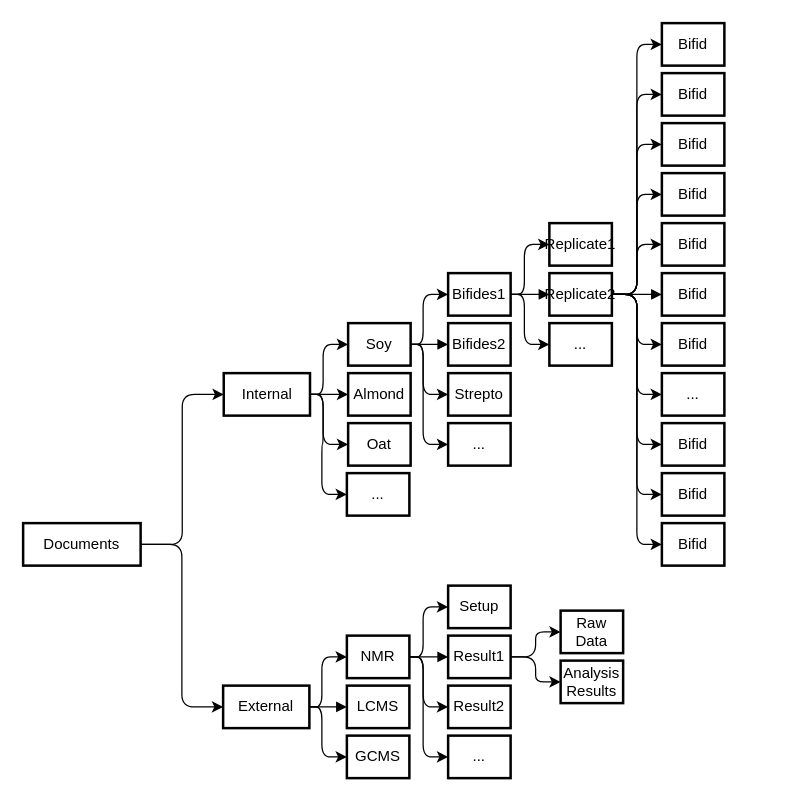
Above: Diagramme sans nom.drawio in Yoseko/first_streamlit_app (draw.io), before the change. Source tidied: cells renumbered, new cells numbered last; positions are measured from the earlier drawing's top-left corner, leaving out a move shared by most shapes. Both pictures are drawn from the tidied source at 125%, with x=0, y=0 at pixel (22, 22).
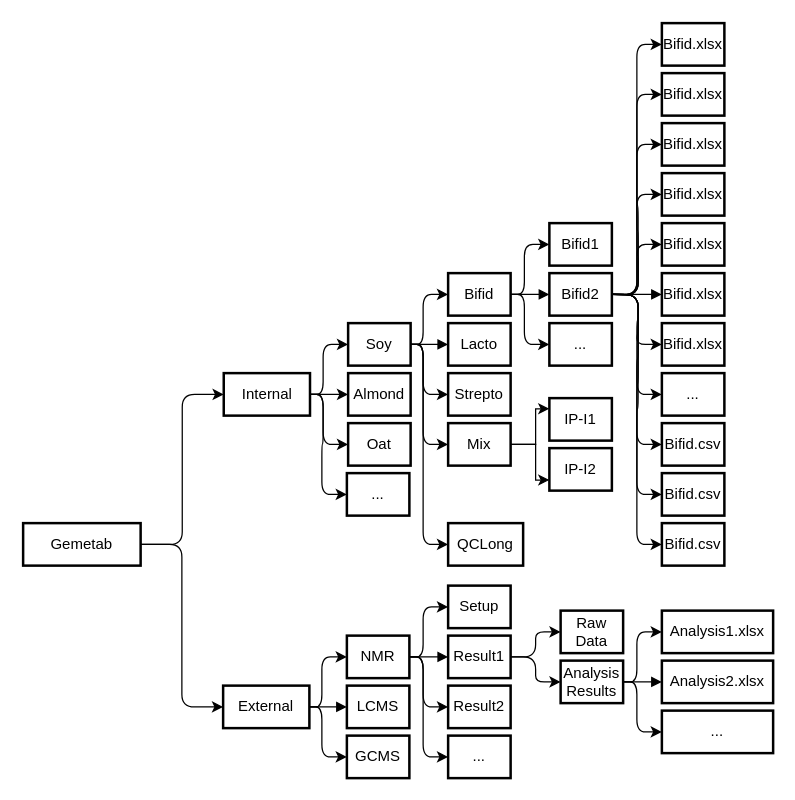
After the change.

Unchanged cells that the change refers to:
```xml
<mxCell id="15" value="Soy" style="whiteSpace=wrap;strokeWidth=2;" parent="1" vertex="1">
  <mxGeometry x="260" y="240" width="50" height="34" as="geometry" />
</mxCell>
<mxCell id="48" value="..." style="whiteSpace=wrap;strokeWidth=2;" parent="1" vertex="1">
  <mxGeometry x="511" y="280" width="50" height="34" as="geometry" />
</mxCell>
<mxCell id="69" value="..." style="whiteSpace=wrap;strokeWidth=2;" parent="1" vertex="1">
  <mxGeometry x="421" y="240" width="50" height="34" as="geometry" />
</mxCell>
```

Diff of the diagram source:
```diff
@@
-    <mxCell id="3" value="Documents" style="whiteSpace=wrap;strokeWidth=2;" parent="1" vertex="1">
+    <mxCell id="3" value="Gemetab" style="whiteSpace=wrap;strokeWidth=2;" parent="1" vertex="1">
       <mxGeometry y="400" width="94" height="34" as="geometry" />
     </mxCell>
@@
+    <mxCell id="70" style="edgeStyle=orthogonalEdgeStyle;rounded=1;jettySize=auto;html=1;exitX=1;exitY=0.5;exitDx=0;exitDy=0;entryX=0;entryY=0.5;entryDx=0;entryDy=0;curved=0;" parent="1" edge="1" source="15" target="86">
+      <mxGeometry relative="1" as="geometry">
+        <Array as="points">
+          <mxPoint x="320" y="257" />
+          <mxPoint x="320" y="417" />
+        </Array>
+      </mxGeometry>
+    </mxCell>
@@
-    <mxCell id="28" value="Bifides1" style="whiteSpace=wrap;strokeWidth=2;" parent="1" vertex="1">
+    <mxCell id="28" value="Bifid" style="whiteSpace=wrap;strokeWidth=2;" parent="1" vertex="1">
       <mxGeometry x="340" y="200" width="50" height="34" as="geometry" />
     </mxCell>
-    <mxCell id="29" value="Bifides2" style="whiteSpace=wrap;strokeWidth=2;" parent="1" vertex="1">
+    <mxCell id="29" value="Lacto" style="whiteSpace=wrap;strokeWidth=2;" parent="1" vertex="1">
       <mxGeometry x="340" y="240" width="50" height="34" as="geometry" />
     </mxCell>
@@
+    <mxCell id="71" style="edgeStyle=orthogonalEdgeStyle;rounded=0;jettySize=auto;html=1;exitX=1;exitY=0.5;exitDx=0;exitDy=0;entryX=0;entryY=0.25;entryDx=0;entryDy=0;" parent="1" edge="1" source="40" target="84">
+      <mxGeometry relative="1" as="geometry" />
+    </mxCell>
+    <mxCell id="72" style="edgeStyle=orthogonalEdgeStyle;rounded=0;jettySize=auto;html=1;exitX=1;exitY=0.5;exitDx=0;exitDy=0;entryX=0;entryY=0.75;entryDx=0;entryDy=0;" parent="1" edge="1" source="40" target="85">
+      <mxGeometry relative="1" as="geometry" />
+    </mxCell>
-    <mxCell id="40" value="..." style="whiteSpace=wrap;strokeWidth=2;" parent="1" vertex="1">
+    <mxCell id="40" value="Mix" style="whiteSpace=wrap;strokeWidth=2;" parent="1" vertex="1">
       <mxGeometry x="340" y="320" width="50" height="34" as="geometry" />
     </mxCell>
@@
-    <mxCell id="44" value="Bifid" style="whiteSpace=wrap;strokeWidth=2;" parent="1" vertex="1">
+    <mxCell id="44" value="Bifid.xlsx" style="whiteSpace=wrap;strokeWidth=2;" parent="1" vertex="1">
       <mxGeometry x="511" y="160" width="50" height="34" as="geometry" />
     </mxCell>
-    <mxCell id="45" value="Bifid" style="whiteSpace=wrap;strokeWidth=2;" parent="1" vertex="1">
+    <mxCell id="45" value="Bifid.xlsx" style="whiteSpace=wrap;strokeWidth=2;" parent="1" vertex="1">
       <mxGeometry x="511" y="200" width="50" height="34" as="geometry" />
     </mxCell>
@@
-    <mxCell id="47" value="Bifid" style="whiteSpace=wrap;strokeWidth=2;" parent="1" vertex="1">
+    <mxCell id="47" value="Bifid.xlsx" style="whiteSpace=wrap;strokeWidth=2;" parent="1" vertex="1">
       <mxGeometry x="511" y="240" width="50" height="34" as="geometry" />
     </mxCell>
@@
-    <mxCell id="49" value="Bifid" style="whiteSpace=wrap;strokeWidth=2;" parent="1" vertex="1">
+    <mxCell id="49" value="Bifid.xlsx" style="whiteSpace=wrap;strokeWidth=2;" parent="1" vertex="1">
       <mxGeometry x="511" y="40" width="50" height="34" as="geometry" />
     </mxCell>
-    <mxCell id="50" value="Bifid" style="whiteSpace=wrap;strokeWidth=2;" parent="1" vertex="1">
+    <mxCell id="50" value="Bifid.xlsx" style="whiteSpace=wrap;strokeWidth=2;" parent="1" vertex="1">
       <mxGeometry x="511" y="80" width="50" height="34" as="geometry" />
     </mxCell>
-    <mxCell id="51" value="Bifid" style="whiteSpace=wrap;strokeWidth=2;" parent="1" vertex="1">
+    <mxCell id="51" value="Bifid.xlsx" style="whiteSpace=wrap;strokeWidth=2;" parent="1" vertex="1">
       <mxGeometry x="511" y="120" width="50" height="34" as="geometry" />
     </mxCell>
-    <mxCell id="52" value="Bifid" style="whiteSpace=wrap;strokeWidth=2;" parent="1" vertex="1">
+    <mxCell id="52" value="Bifid.csv" style="whiteSpace=wrap;strokeWidth=2;" parent="1" vertex="1">
       <mxGeometry x="511" y="360" width="50" height="34" as="geometry" />
     </mxCell>
-    <mxCell id="53" value="Bifid" style="whiteSpace=wrap;strokeWidth=2;" parent="1" vertex="1">
+    <mxCell id="53" value="Bifid.csv" style="whiteSpace=wrap;strokeWidth=2;" parent="1" vertex="1">
       <mxGeometry x="511" y="320" width="50" height="34" as="geometry" />
     </mxCell>
-    <mxCell id="54" value="Bifid" style="whiteSpace=wrap;strokeWidth=2;" parent="1" vertex="1">
+    <mxCell id="54" value="Bifid.xlsx" style="whiteSpace=wrap;strokeWidth=2;" parent="1" vertex="1">
       <mxGeometry x="511" width="50" height="34" as="geometry" />
     </mxCell>
-    <mxCell id="55" value="Bifid" style="whiteSpace=wrap;strokeWidth=2;" parent="1" vertex="1">
+    <mxCell id="55" value="Bifid.csv" style="whiteSpace=wrap;strokeWidth=2;" parent="1" vertex="1">
       <mxGeometry x="511" y="400" width="50" height="34" as="geometry" />
     </mxCell>
-    <mxCell id="56" style="edgeStyle=orthogonalEdgeStyle;rounded=1;jettySize=auto;html=1;exitX=1;exitY=0.5;exitDx=0;exitDy=0;entryX=0;entryY=0.5;entryDx=0;entryDy=0;curved=0;" parent="1" edge="1" target="58">
-      <mxGeometry relative="1" as="geometry">
-        <mxPoint x="390" y="217" as="sourcePoint" />
-        <Array as="points">
-          <mxPoint x="401" y="217" />
-          <mxPoint x="401" y="177" />
-        </Array>
-      </mxGeometry>
-    </mxCell>
-    <mxCell id="57" style="edgeStyle=orthogonalEdgeStyle;rounded=1;jettySize=auto;html=1;exitX=1;exitY=0.5;exitDx=0;exitDy=0;entryX=0;entryY=0.5;entryDx=0;entryDy=0;curved=0;" parent="1" edge="1" target="69">
-      <mxGeometry relative="1" as="geometry">
-        <mxPoint x="390" y="217" as="sourcePoint" />
-        <Array as="points">
-          <mxPoint x="401" y="217" />
-          <mxPoint x="401" y="257" />
-        </Array>
-      </mxGeometry>
-    </mxCell>
-    <mxCell id="58" value="Replicate1" style="whiteSpace=wrap;strokeWidth=2;" parent="1" vertex="1">
-      <mxGeometry x="421" y="160" width="50" height="34" as="geometry" />
-    </mxCell>
-    <mxCell id="59" style="edgeStyle=orthogonalEdgeStyle;rounded=1;jettySize=auto;html=1;exitX=1;exitY=0.5;exitDx=0;exitDy=0;entryX=0;entryY=0.5;entryDx=0;entryDy=0;curved=0;" parent="1" edge="1" source="67" target="49">
-      <mxGeometry relative="1" as="geometry" />
+    <mxCell id="59" style="edgeStyle=orthogonalEdgeStyle;rounded=1;jettySize=auto;html=1;exitX=1;exitY=0.5;exitDx=0;exitDy=0;entryX=0;entryY=0.5;entryDx=0;entryDy=0;curved=0;" parent="1" edge="1" target="49">
+      <mxGeometry relative="1" as="geometry">
+        <mxPoint x="471" y="217" as="sourcePoint" />
+      </mxGeometry>
     </mxCell>
-    <mxCell id="60" style="edgeStyle=orthogonalEdgeStyle;rounded=1;jettySize=auto;html=1;exitX=1;exitY=0.5;exitDx=0;exitDy=0;entryX=0;entryY=0.5;entryDx=0;entryDy=0;curved=0;" parent="1" edge="1" source="67" target="50">
-      <mxGeometry relative="1" as="geometry" />
+    <mxCell id="60" style="edgeStyle=orthogonalEdgeStyle;rounded=1;jettySize=auto;html=1;exitX=1;exitY=0.5;exitDx=0;exitDy=0;entryX=0;entryY=0.5;entryDx=0;entryDy=0;curved=0;" parent="1" edge="1" target="50">
+      <mxGeometry relative="1" as="geometry">
+        <mxPoint x="471" y="217" as="sourcePoint" />
+      </mxGeometry>
     </mxCell>
-    <mxCell id="61" style="edgeStyle=orthogonalEdgeStyle;rounded=1;jettySize=auto;html=1;exitX=1;exitY=0.5;exitDx=0;exitDy=0;entryX=0;entryY=0.5;entryDx=0;entryDy=0;curved=0;" parent="1" edge="1" source="67" target="51">
-      <mxGeometry relative="1" as="geometry" />
+    <mxCell id="61" style="edgeStyle=orthogonalEdgeStyle;rounded=1;jettySize=auto;html=1;exitX=1;exitY=0.5;exitDx=0;exitDy=0;entryX=0;entryY=0.5;entryDx=0;entryDy=0;curved=0;" parent="1" edge="1" target="51">
+      <mxGeometry relative="1" as="geometry">
+        <mxPoint x="471" y="217" as="sourcePoint" />
+      </mxGeometry>
     </mxCell>
-    <mxCell id="62" style="edgeStyle=orthogonalEdgeStyle;rounded=1;jettySize=auto;html=1;exitX=1;exitY=0.5;exitDx=0;exitDy=0;entryX=0;entryY=0.5;entryDx=0;entryDy=0;curved=0;" parent="1" edge="1" source="67" target="48">
-      <mxGeometry relative="1" as="geometry" />
+    <mxCell id="62" style="edgeStyle=orthogonalEdgeStyle;rounded=1;jettySize=auto;html=1;exitX=1;exitY=0.5;exitDx=0;exitDy=0;entryX=0;entryY=0.5;entryDx=0;entryDy=0;curved=0;" parent="1" edge="1" target="48">
+      <mxGeometry relative="1" as="geometry">
+        <mxPoint x="471" y="217" as="sourcePoint" />
+      </mxGeometry>
     </mxCell>
-    <mxCell id="63" style="edgeStyle=orthogonalEdgeStyle;rounded=1;jettySize=auto;html=1;exitX=1;exitY=0.5;exitDx=0;exitDy=0;entryX=0;entryY=0.5;entryDx=0;entryDy=0;curved=0;" parent="1" edge="1" source="67" target="53">
-      <mxGeometry relative="1" as="geometry" />
+    <mxCell id="63" style="edgeStyle=orthogonalEdgeStyle;rounded=1;jettySize=auto;html=1;exitX=1;exitY=0.5;exitDx=0;exitDy=0;entryX=0;entryY=0.5;entryDx=0;entryDy=0;curved=0;" parent="1" edge="1" target="53">
+      <mxGeometry relative="1" as="geometry">
+        <mxPoint x="471" y="217" as="sourcePoint" />
+      </mxGeometry>
     </mxCell>
-    <mxCell id="64" style="edgeStyle=orthogonalEdgeStyle;rounded=1;jettySize=auto;html=1;exitX=1;exitY=0.5;exitDx=0;exitDy=0;entryX=0;entryY=0.5;entryDx=0;entryDy=0;curved=0;" parent="1" edge="1" source="67" target="52">
-      <mxGeometry relative="1" as="geometry" />
+    <mxCell id="64" style="edgeStyle=orthogonalEdgeStyle;rounded=1;jettySize=auto;html=1;exitX=1;exitY=0.5;exitDx=0;exitDy=0;entryX=0;entryY=0.5;entryDx=0;entryDy=0;curved=0;" parent="1" edge="1" target="52">
+      <mxGeometry relative="1" as="geometry">
+        <mxPoint x="471" y="217" as="sourcePoint" />
+      </mxGeometry>
     </mxCell>
-    <mxCell id="65" style="edgeStyle=orthogonalEdgeStyle;rounded=1;jettySize=auto;html=1;exitX=1;exitY=0.5;exitDx=0;exitDy=0;entryX=0;entryY=0.5;entryDx=0;entryDy=0;curved=0;" parent="1" edge="1" source="67" target="55">
-      <mxGeometry relative="1" as="geometry" />
+    <mxCell id="65" style="edgeStyle=orthogonalEdgeStyle;rounded=1;jettySize=auto;html=1;exitX=1;exitY=0.5;exitDx=0;exitDy=0;entryX=0;entryY=0.5;entryDx=0;entryDy=0;curved=0;" parent="1" edge="1" target="55">
+      <mxGeometry relative="1" as="geometry">
+        <mxPoint x="471" y="217" as="sourcePoint" />
+      </mxGeometry>
     </mxCell>
-    <mxCell id="66" style="edgeStyle=orthogonalEdgeStyle;rounded=1;jettySize=auto;html=1;exitX=1;exitY=0.5;exitDx=0;exitDy=0;entryX=0;entryY=0.5;entryDx=0;entryDy=0;curved=0;" parent="1" edge="1" source="67" target="47">
-      <mxGeometry relative="1" as="geometry" />
+    <mxCell id="66" style="edgeStyle=orthogonalEdgeStyle;rounded=1;jettySize=auto;html=1;exitX=1;exitY=0.5;exitDx=0;exitDy=0;entryX=0;entryY=0.5;entryDx=0;entryDy=0;curved=0;" parent="1" edge="1" target="47">
+      <mxGeometry relative="1" as="geometry">
+        <mxPoint x="471" y="217" as="sourcePoint" />
+      </mxGeometry>
     </mxCell>
-    <mxCell id="67" value="Replicate2" style="whiteSpace=wrap;strokeWidth=2;" parent="1" vertex="1">
-      <mxGeometry x="421" y="200" width="50" height="34" as="geometry" />
-    </mxCell>
-    <mxCell id="68" style="curved=0;startArrow=none;endArrow=block;entryX=0;entryY=0.5;entryDx=0;entryDy=0;rounded=1;" parent="1" edge="1" target="67">
-      <mxGeometry relative="1" as="geometry">
-        <mxPoint x="391" y="217" as="sourcePoint" />
-      </mxGeometry>
-    </mxCell>
+    <mxCell id="73" style="edgeStyle=orthogonalEdgeStyle;rounded=1;jettySize=auto;html=1;exitX=1;exitY=0.5;exitDx=0;exitDy=0;entryX=0;entryY=0.5;entryDx=0;entryDy=0;curved=0;" parent="1" edge="1" target="75">
+      <mxGeometry relative="1" as="geometry">
+        <mxPoint x="390" y="217" as="sourcePoint" />
+        <Array as="points">
+          <mxPoint x="401" y="217" />
+          <mxPoint x="401" y="177" />
+        </Array>
+      </mxGeometry>
+    </mxCell>
+    <mxCell id="74" style="edgeStyle=orthogonalEdgeStyle;rounded=1;jettySize=auto;html=1;exitX=1;exitY=0.5;exitDx=0;exitDy=0;entryX=0;entryY=0.5;entryDx=0;entryDy=0;curved=0;" parent="1" edge="1" target="69">
+      <mxGeometry relative="1" as="geometry">
+        <mxPoint x="390" y="217" as="sourcePoint" />
+        <Array as="points">
+          <mxPoint x="401" y="217" />
+          <mxPoint x="401" y="257" />
+        </Array>
+      </mxGeometry>
+    </mxCell>
+    <mxCell id="75" value="Bifid1" style="whiteSpace=wrap;strokeWidth=2;" parent="1" vertex="1">
+      <mxGeometry x="421" y="160" width="50" height="34" as="geometry" />
+    </mxCell>
+    <mxCell id="76" value="Bifid2" style="whiteSpace=wrap;strokeWidth=2;" parent="1" vertex="1">
+      <mxGeometry x="421" y="200" width="50" height="34" as="geometry" />
+    </mxCell>
+    <mxCell id="77" style="curved=0;startArrow=none;endArrow=block;entryX=0;entryY=0.5;entryDx=0;entryDy=0;rounded=1;" parent="1" edge="1" target="76">
+      <mxGeometry relative="1" as="geometry">
+        <mxPoint x="391" y="217" as="sourcePoint" />
+      </mxGeometry>
+    </mxCell>
@@
+    <mxCell id="78" style="edgeStyle=orthogonalEdgeStyle;rounded=1;jettySize=auto;html=1;exitX=1;exitY=0.5;exitDx=0;exitDy=0;entryX=0;entryY=0.5;entryDx=0;entryDy=0;curved=0;" parent="1" edge="1" target="80">
+      <mxGeometry relative="1" as="geometry">
+        <mxPoint x="480" y="527" as="sourcePoint" />
+        <Array as="points">
+          <mxPoint x="491" y="527" />
+          <mxPoint x="491" y="487" />
+        </Array>
+      </mxGeometry>
+    </mxCell>
+    <mxCell id="79" style="edgeStyle=orthogonalEdgeStyle;rounded=1;jettySize=auto;html=1;exitX=1;exitY=0.5;exitDx=0;exitDy=0;entryX=0;entryY=0.5;entryDx=0;entryDy=0;curved=0;" parent="1" edge="1" target="83">
+      <mxGeometry relative="1" as="geometry">
+        <mxPoint x="480" y="527" as="sourcePoint" />
+        <Array as="points">
+          <mxPoint x="491" y="527" />
+          <mxPoint x="491" y="567" />
+        </Array>
+      </mxGeometry>
+    </mxCell>
+    <mxCell id="80" value="Analysis1.xlsx" style="whiteSpace=wrap;strokeWidth=2;" parent="1" vertex="1">
+      <mxGeometry x="511" y="470" width="89" height="34" as="geometry" />
+    </mxCell>
+    <mxCell id="81" value="Analysis2.xlsx" style="whiteSpace=wrap;strokeWidth=2;" parent="1" vertex="1">
+      <mxGeometry x="511" y="510" width="89" height="34" as="geometry" />
+    </mxCell>
+    <mxCell id="82" style="curved=0;startArrow=none;endArrow=block;entryX=0;entryY=0.5;entryDx=0;entryDy=0;rounded=1;" parent="1" edge="1" target="81">
+      <mxGeometry relative="1" as="geometry">
+        <mxPoint x="481" y="527" as="sourcePoint" />
+      </mxGeometry>
+    </mxCell>
+    <mxCell id="83" value="..." style="whiteSpace=wrap;strokeWidth=2;" parent="1" vertex="1">
+      <mxGeometry x="511" y="550" width="89" height="34" as="geometry" />
+    </mxCell>
+    <mxCell id="84" value="IP-I1" style="whiteSpace=wrap;strokeWidth=2;" parent="1" vertex="1">
+      <mxGeometry x="421" y="300" width="50" height="34" as="geometry" />
+    </mxCell>
+    <mxCell id="85" value="IP-I2" style="whiteSpace=wrap;strokeWidth=2;" parent="1" vertex="1">
+      <mxGeometry x="421" y="340" width="50" height="34" as="geometry" />
+    </mxCell>
+    <mxCell id="86" value="QCLong" style="whiteSpace=wrap;strokeWidth=2;" parent="1" vertex="1">
+      <mxGeometry x="340" y="400" width="60" height="34" as="geometry" />
+    </mxCell>
```
